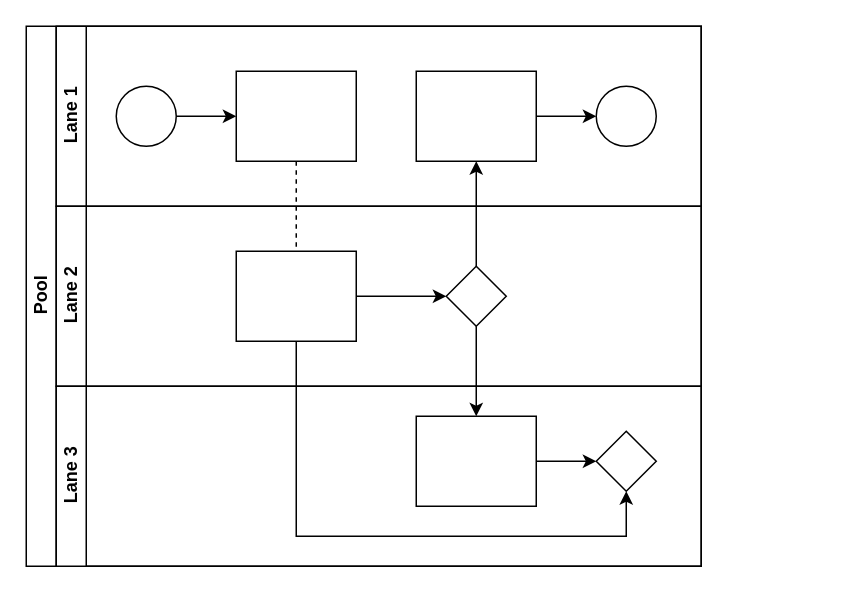
Suryzw/draw.io keeps this draw.io diagram as flow_SSoT-CLMS.drawio. Above is the earlier version. Source tidied: cells renumbered, new cells numbered last; positions are measured from the earlier drawing's top-left corner, leaving out a move shared by most shapes. Both pictures are drawn from the tidied source at 150%, with x=0, y=0 at pixel (26, 26).
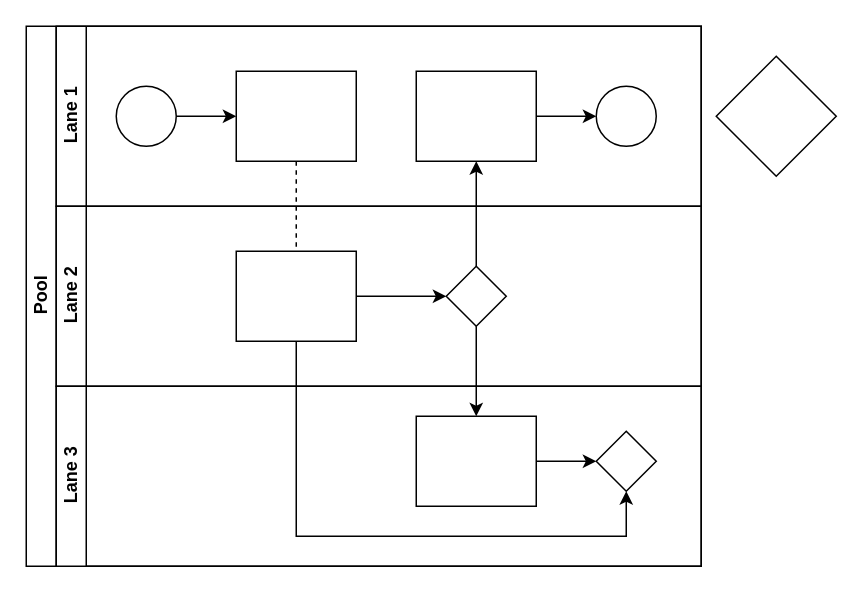
The same page after the edit.

Diff of the diagram source:
```diff
@@
+    <mxCell id="22" style="rhombus;whiteSpace=wrap;html=1;" parent="1" vertex="1">
+      <mxGeometry x="460" y="20" width="80" height="80" as="geometry" />
+    </mxCell>
```
